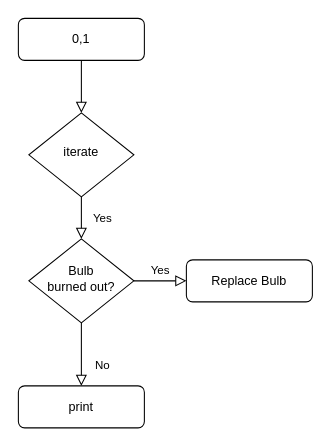
abhijithabhiakl/Draw.io keeps this draw.io diagram as flowcharts.drawio. Above is the earlier version. Source tidied: cells renumbered, new cells numbered last; positions are measured from the earlier drawing's top-left corner, leaving out a move shared by most shapes. Both pictures are drawn from the tidied source at 105%, with x=0, y=0 at pixel (18, 18).
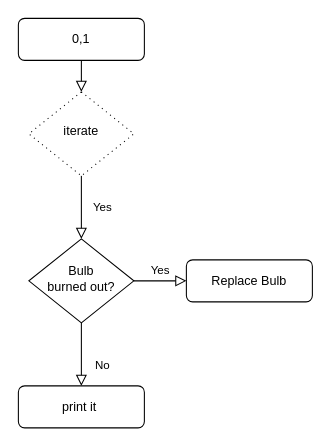
The same diagram, later.

What changed in the source:
```diff
@@
 <mxGraphModel>
   <root>
     <mxCell id="0" />
     <mxCell id="1" parent="0" />
     <mxCell id="2" style="rounded=0;html=1;jettySize=auto;fontSize=11;endArrow=block;endFill=0;endSize=8;strokeWidth=1;shadow=0;labelBackgroundColor=none;edgeStyle=orthogonalEdgeStyle;" parent="1" edge="1" source="3" target="5">
       <mxGeometry relative="1" as="geometry" />
     </mxCell>
     <mxCell id="3" value="0,1" style="rounded=1;whiteSpace=wrap;html=1;fontSize=12;glass=0;strokeWidth=1;shadow=0;" parent="1" vertex="1">
       <mxGeometry width="120" height="40" as="geometry" />
     </mxCell>
     <mxCell id="4" value="Yes" style="rounded=0;html=1;jettySize=auto;fontSize=11;endArrow=block;endFill=0;endSize=8;strokeWidth=1;shadow=0;labelBackgroundColor=none;edgeStyle=orthogonalEdgeStyle;" parent="1" edge="1" source="5" target="8">
       <mxGeometry y="20" relative="1" as="geometry" />
     </mxCell>
-    <mxCell id="5" value="iterate" style="rhombus;whiteSpace=wrap;html=1;shadow=0;fontFamily=Helvetica;fontSize=12;align=center;strokeWidth=1;spacing=6;spacingTop=-4;" parent="1" vertex="1">
-      <mxGeometry x="10" y="90" width="100" height="80" as="geometry" />
+    <mxCell id="5" value="iterate" style="rhombus;whiteSpace=wrap;html=1;shadow=0;fontFamily=Helvetica;fontSize=12;align=center;strokeWidth=1;spacing=6;spacingTop=-4;dashed=1;dashPattern=1 4;perimeterSpacing=0;" parent="1" vertex="1">
+      <mxGeometry x="10" y="70" width="100" height="80" as="geometry" />
     </mxCell>
     <mxCell id="6" value="No" style="rounded=0;html=1;jettySize=auto;fontSize=11;endArrow=block;endFill=0;endSize=8;strokeWidth=1;shadow=0;labelBackgroundColor=none;edgeStyle=orthogonalEdgeStyle;" parent="1" edge="1" source="8" target="9">
       <mxGeometry x="0.33" y="20" relative="1" as="geometry" />
     </mxCell>
     <mxCell id="7" value="Yes" style="edgeStyle=orthogonalEdgeStyle;rounded=0;html=1;jettySize=auto;fontSize=11;endArrow=block;endFill=0;endSize=8;strokeWidth=1;shadow=0;labelBackgroundColor=none;" parent="1" edge="1" source="8" target="10">
       <mxGeometry y="10" relative="1" as="geometry" />
     </mxCell>
     <mxCell id="8" value="Bulb&lt;br&gt;burned out?" style="rhombus;whiteSpace=wrap;html=1;shadow=0;fontFamily=Helvetica;fontSize=12;align=center;strokeWidth=1;spacing=6;spacingTop=-4;" parent="1" vertex="1">
       <mxGeometry x="10" y="210" width="100" height="80" as="geometry" />
     </mxCell>
-    <mxCell id="9" value="print" style="rounded=1;whiteSpace=wrap;html=1;fontSize=12;glass=0;strokeWidth=1;shadow=0;" parent="1" vertex="1">
+    <mxCell id="9" value="print it&amp;nbsp;" style="rounded=1;whiteSpace=wrap;html=1;fontSize=12;glass=0;strokeWidth=1;shadow=0;" parent="1" vertex="1">
       <mxGeometry y="350" width="120" height="40" as="geometry" />
     </mxCell>
     <mxCell id="10" value="Replace Bulb" style="rounded=1;whiteSpace=wrap;html=1;fontSize=12;glass=0;strokeWidth=1;shadow=0;" parent="1" vertex="1">
       <mxGeometry x="160" y="230" width="120" height="40" as="geometry" />
     </mxCell>
   </root>
 </mxGraphModel>
```
